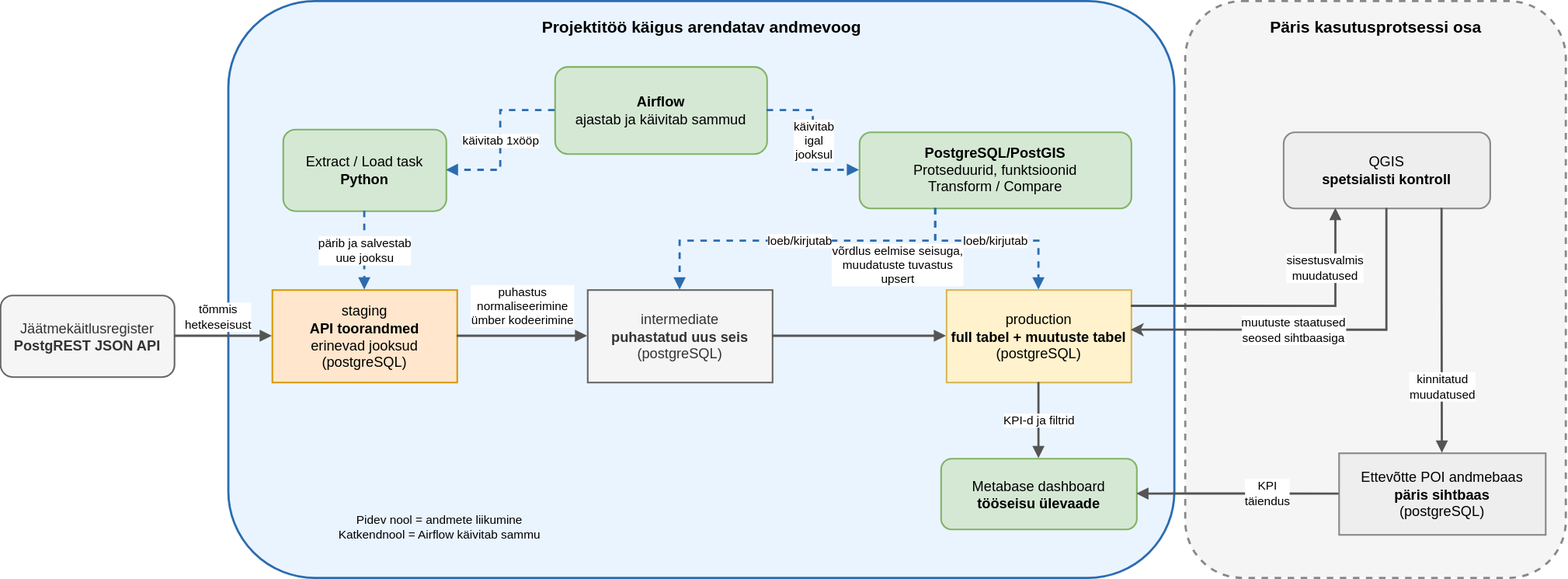
6ie/andmeinseneeria-projektitoo-2026 keeps this draw.io diagram as docs/arhitektuuriskeem.drawio.svg. Above is the earlier version. Source tidied: cells renumbered, new cells last; positions are measured from the earlier drawing's top-left corner, leaving out a move shared by most shapes. Source of this version:
```xml
<mxGraphModel>
  <root>
    <mxCell id="0" />
    <mxCell id="1" parent="0" />
    <mxCell id="2" value="Projektitöö käigus arendatav andmevoog" style="rounded=1;whiteSpace=wrap;html=1;fillColor=#eaf4ff;strokeColor=#2b6cb0;strokeWidth=2;fontSize=15;fontStyle=1;verticalAlign=top;spacingTop=8;" parent="1" vertex="1">
      <mxGeometry x="210" width="870" height="530" as="geometry" />
    </mxCell>
    <mxCell id="3" value="Päris kasutusprotsessi osa" style="rounded=1;whiteSpace=wrap;html=1;fillColor=#f5f5f5;strokeColor=#888888;strokeWidth=2;dashed=1;fontSize=15;fontStyle=1;verticalAlign=top;spacingTop=8;" parent="1" vertex="1">
      <mxGeometry x="1090" width="350" height="530" as="geometry" />
    </mxCell>
    <mxCell id="4" value="Airflow&lt;br&gt;&lt;span style=&quot;font-weight: normal;&quot;&gt;ajastab ja käivitab sammud&lt;/span&gt;" style="rounded=1;whiteSpace=wrap;html=1;fontSize=13;strokeWidth=1.5;fillColor=#d5e8d4;strokeColor=#82b366;fontStyle=1;" parent="1" vertex="1">
      <mxGeometry x="510" y="60" width="195" height="80" as="geometry" />
    </mxCell>
    <mxCell id="5" value="Jäätmekäitlusregister&lt;br&gt;&lt;b&gt;PostgREST JSON API&lt;/b&gt;" style="rounded=1;whiteSpace=wrap;html=1;fontSize=13;strokeWidth=1.5;fillColor=#f5f5f5;strokeColor=#666666;fontColor=#333333;" parent="1" vertex="1">
      <mxGeometry y="270" width="160" height="75" as="geometry" />
    </mxCell>
    <mxCell id="6" value="Extract / Load task&lt;br&gt;&lt;b&gt;Python&lt;/b&gt;" style="rounded=1;whiteSpace=wrap;html=1;fontSize=13;strokeWidth=1.5;fillColor=#d5e8d4;strokeColor=#82b366;" parent="1" vertex="1">
      <mxGeometry x="260" y="117.5" width="150" height="75" as="geometry" />
    </mxCell>
    <mxCell id="7" value="staging&lt;br&gt;&lt;b&gt;API toorandmed&lt;/b&gt;&lt;br&gt;erinevad jooksud&lt;div&gt;(postgreSQL)&lt;/div&gt;" style="shape=cylinder3d;whiteSpace=wrap;boundedLbl=1;backgroundOutline=1;size=15;html=1;fontSize=13;strokeWidth=1.5;fillColor=#ffe6cc;strokeColor=#d79b00;" parent="1" vertex="1">
      <mxGeometry x="250" y="265" width="170" height="85" as="geometry" />
    </mxCell>
    <mxCell id="8" value="intermediate&lt;br&gt;&lt;b&gt;puhastatud uus seis&lt;/b&gt;&lt;div&gt;(postgreSQL)&lt;/div&gt;" style="shape=cylinder3d;whiteSpace=wrap;boundedLbl=1;backgroundOutline=1;size=15;html=1;fontSize=13;strokeWidth=1.5;fillColor=#f5f5f5;strokeColor=#666666;fontColor=#333333;" parent="1" vertex="1">
      <mxGeometry x="540" y="265" width="170" height="85" as="geometry" />
    </mxCell>
    <mxCell id="9" value="production&lt;br&gt;&lt;b&gt;full tabel + muutuste tabel&lt;/b&gt;&lt;div&gt;(postgreSQL)&lt;b&gt;&lt;/b&gt;&lt;/div&gt;" style="shape=cylinder3d;whiteSpace=wrap;boundedLbl=1;backgroundOutline=1;size=15;html=1;fontSize=13;strokeWidth=1.5;fillColor=#fff2cc;strokeColor=#d6b656;" parent="1" vertex="1">
      <mxGeometry x="870" y="265" width="170" height="85" as="geometry" />
    </mxCell>
    <mxCell id="10" value="&lt;b&gt;PostgreSQL/PostGIS&lt;/b&gt;&lt;div&gt;Protseduurid, funktsioonid&lt;/div&gt;&lt;div&gt;Transform / Compare&lt;br&gt;&lt;/div&gt;" style="rounded=1;whiteSpace=wrap;html=1;fontSize=13;strokeWidth=1.5;fillColor=#d5e8d4;strokeColor=#82b366;" parent="1" vertex="1">
      <mxGeometry x="790" y="120" width="250" height="70" as="geometry" />
    </mxCell>
    <mxCell id="11" value="Metabase dashboard&lt;br&gt;&lt;b&gt;tööseisu ülevaade&lt;/b&gt;" style="rounded=1;whiteSpace=wrap;html=1;fontSize=13;strokeWidth=1.5;fillColor=#d5e8d4;strokeColor=#82b366;" parent="1" vertex="1">
      <mxGeometry x="865" y="420" width="180" height="65" as="geometry" />
    </mxCell>
    <mxCell id="12" value="QGIS&lt;br&gt;&lt;b&gt;spetsialisti kontroll&lt;/b&gt;" style="rounded=1;whiteSpace=wrap;html=1;fontSize=13;strokeWidth=1.5;fillColor=#eeeeee;strokeColor=#888888;" parent="1" vertex="1">
      <mxGeometry x="1180" y="120" width="190" height="70" as="geometry" />
    </mxCell>
    <mxCell id="13" value="Ettevõtte POI andmebaas&lt;br&gt;&lt;b&gt;päris sihtbaas&lt;/b&gt;&lt;div&gt;(postgreSQL)&lt;b&gt;&lt;/b&gt;&lt;/div&gt;" style="shape=cylinder3d;whiteSpace=wrap;boundedLbl=1;backgroundOutline=1;size=15;html=1;fontSize=13;strokeWidth=1.5;fillColor=#eeeeee;strokeColor=#888888;" parent="1" vertex="1">
      <mxGeometry x="1231" y="415" width="190" height="75" as="geometry" />
    </mxCell>
    <mxCell id="14" value="Pidev nool = andmete liikumine&lt;br&gt;Katkendnool = Airflow käivitab sammu" style="rounded=0;whiteSpace=wrap;html=1;fontSize=11;strokeColor=none;fillColor=none;" parent="1" vertex="1">
      <mxGeometry x="244" y="460" width="320" height="45" as="geometry" />
    </mxCell>
    <mxCell id="15" value="tõmmis&lt;div&gt;hetkeseisust&lt;/div&gt;" style="endArrow=block;html=1;rounded=0;strokeWidth=2;fontSize=11;edgeStyle=orthogonalEdgeStyle;jettySize=auto;strokeColor=#555555;entryX=0;entryY=0.5;entryDx=0;entryDy=0;" parent="1" edge="1" source="5" target="7">
      <mxGeometry x="-0.11" y="18" relative="1" as="geometry" />
    </mxCell>
    <mxCell id="16" value="pärib ja salvestab&lt;div&gt;uue jooksu&lt;/div&gt;" style="endArrow=block;html=1;rounded=0;strokeWidth=2;fontSize=11;edgeStyle=orthogonalEdgeStyle;jettySize=auto;strokeColor=#2b6cb0;dashed=1;align=center;verticalAlign=middle;fontFamily=Helvetica;fontColor=default;labelBackgroundColor=default;" parent="1" edge="1" source="6" target="7">
      <mxGeometry relative="1" as="geometry" />
    </mxCell>
    <mxCell id="17" value="puhastus&lt;div&gt;normaliseerimine&lt;/div&gt;&lt;div&gt;ümber kodeerimine&lt;/div&gt;" style="endArrow=block;html=1;rounded=0;strokeWidth=2;fontSize=11;edgeStyle=orthogonalEdgeStyle;jettySize=auto;strokeColor=#555555;" parent="1" edge="1" source="7" target="8">
      <mxGeometry y="28" relative="1" as="geometry" />
    </mxCell>
    <mxCell id="18" value="võrdlus eelmise seisuga,&lt;br&gt;muudatuste tuvastus&lt;div&gt;upsert&lt;/div&gt;" style="endArrow=block;html=1;rounded=0;strokeWidth=2;fontSize=11;edgeStyle=orthogonalEdgeStyle;jettySize=auto;strokeColor=#555555;exitX=1;exitY=0.5;exitDx=0;exitDy=0;" parent="1" edge="1" source="8" target="9">
      <mxGeometry x="0.03" y="33" relative="1" as="geometry">
        <mxPoint x="33" y="-33" as="offset" />
      </mxGeometry>
    </mxCell>
    <mxCell id="19" value="KPI-d ja filtrid" style="endArrow=block;html=1;rounded=0;strokeWidth=2;fontSize=11;edgeStyle=orthogonalEdgeStyle;jettySize=auto;strokeColor=#555555;" parent="1" edge="1" source="9" target="11">
      <mxGeometry relative="1" as="geometry" />
    </mxCell>
    <mxCell id="20" value="käivitab 1xööp" style="endArrow=block;html=1;rounded=0;strokeWidth=2;fontSize=11;edgeStyle=orthogonalEdgeStyle;jettySize=auto;strokeColor=#2b6cb0;dashed=1;" parent="1" edge="1" source="4" target="6">
      <mxGeometry relative="1" as="geometry" />
    </mxCell>
    <mxCell id="21" value="käivitab&lt;div&gt;igal&lt;/div&gt;&lt;div&gt;jooksul&lt;/div&gt;" style="endArrow=block;html=1;rounded=0;strokeWidth=2;fontSize=11;edgeStyle=orthogonalEdgeStyle;jettySize=auto;strokeColor=#2b6cb0;dashed=1;" parent="1" edge="1" source="4" target="10">
      <mxGeometry relative="1" as="geometry" />
    </mxCell>
    <mxCell id="22" value="loeb/kirjutab" style="endArrow=block;html=1;rounded=0;strokeWidth=2;fontSize=11;edgeStyle=orthogonalEdgeStyle;jettySize=auto;strokeColor=#2b6cb0;dashed=1;" parent="1" edge="1" source="10" target="8">
      <mxGeometry relative="1" as="geometry">
        <Array as="points">
          <mxPoint x="860" y="220" />
          <mxPoint x="625" y="220" />
        </Array>
      </mxGeometry>
    </mxCell>
    <mxCell id="23" value="loeb/kirjutab" style="endArrow=block;html=1;rounded=0;strokeWidth=2;fontSize=11;edgeStyle=orthogonalEdgeStyle;jettySize=auto;strokeColor=#2b6cb0;dashed=1;" parent="1" edge="1" source="10" target="9">
      <mxGeometry relative="1" as="geometry">
        <Array as="points">
          <mxPoint x="860" y="220" />
          <mxPoint x="955" y="220" />
        </Array>
      </mxGeometry>
    </mxCell>
    <mxCell id="24" value="sisestusvalmis&lt;div&gt;muudatused&lt;/div&gt;" style="endArrow=block;html=1;rounded=0;strokeWidth=2;fontSize=11;edgeStyle=orthogonalEdgeStyle;jettySize=auto;strokeColor=#555555;entryX=0.25;entryY=1;entryDx=0;entryDy=0;" parent="1" edge="1" target="12">
      <mxGeometry x="0.6" y="10" relative="1" as="geometry">
        <mxPoint x="1040" y="280" as="sourcePoint" />
        <Array as="points">
          <mxPoint x="1040" y="280" />
          <mxPoint x="1228" y="280" />
          <mxPoint x="1228" y="190" />
        </Array>
      </mxGeometry>
    </mxCell>
    <mxCell id="25" value="kinnitatud&lt;div&gt;muudatused&lt;/div&gt;" style="endArrow=block;html=1;rounded=0;strokeWidth=2;fontSize=11;edgeStyle=orthogonalEdgeStyle;jettySize=auto;strokeColor=#555555;exitX=0.767;exitY=0.997;exitDx=0;exitDy=0;entryX=0.5;entryY=0;entryDx=0;entryDy=0;exitPerimeter=0;" parent="1" edge="1" source="12" target="13">
      <mxGeometry x="0.46" relative="1" as="geometry">
        <Array as="points">
          <mxPoint x="1326" y="260" />
          <mxPoint x="1326" y="260" />
        </Array>
      </mxGeometry>
    </mxCell>
    <mxCell id="26" value="KPI&lt;div&gt;täiendus&lt;/div&gt;" style="endArrow=block;html=1;rounded=0;strokeWidth=2;fontSize=11;edgeStyle=orthogonalEdgeStyle;jettySize=auto;strokeColor=#555555;exitX=0;exitY=0.5;exitDx=0;exitDy=0;entryX=1;entryY=0.5;entryDx=0;entryDy=0;" parent="1" edge="1" source="13" target="11">
      <mxGeometry x="-0.29" relative="1" as="geometry">
        <Array as="points">
          <mxPoint x="1140" y="453" />
          <mxPoint x="1110" y="453" />
        </Array>
      </mxGeometry>
    </mxCell>
    <mxCell id="27" value="muutuste staatused&lt;div&gt;seosed sihtbaasiga&lt;/div&gt;" style="endArrow=none;html=1;rounded=0;strokeWidth=2;fontSize=11;edgeStyle=orthogonalEdgeStyle;jettySize=auto;strokeColor=#555555;entryX=0.5;entryY=1;entryDx=0;entryDy=0;exitX=0.998;exitY=0.434;exitDx=0;exitDy=0;endFill=0;startArrow=classic;startFill=1;exitPerimeter=0;" parent="1" edge="1" source="9" target="12">
      <mxGeometry x="-0.14" relative="1" as="geometry">
        <Array as="points">
          <mxPoint x="1275" y="302" />
        </Array>
      </mxGeometry>
    </mxCell>
  </root>
</mxGraphModel>
```
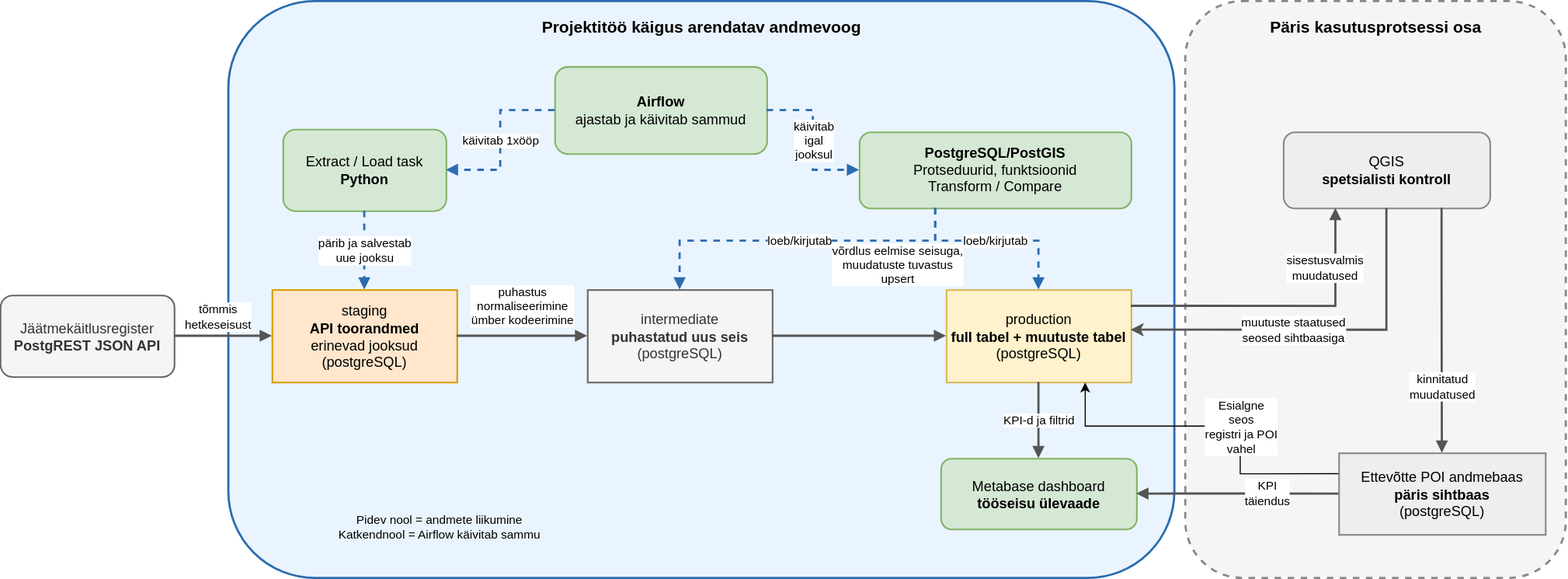
After the commit.

Commit message:
täiendused andmevoo osas

Diff of the diagram source:
```diff
@@ -35,6 +35,20 @@
     <mxCell id="12" value="QGIS&lt;br&gt;&lt;b&gt;spetsialisti kontroll&lt;/b&gt;" style="rounded=1;whiteSpace=wrap;html=1;fontSize=13;strokeWidth=1.5;fillColor=#eeeeee;strokeColor=#888888;" parent="1" vertex="1">
       <mxGeometry x="1180" y="120" width="190" height="70" as="geometry" />
     </mxCell>
+    <mxCell id="28" style="edgeStyle=orthogonalEdgeStyle;rounded=0;jettySize=auto;html=1;exitX=0;exitY=0.25;exitDx=0;exitDy=0;entryX=0.75;entryY=1;entryDx=0;entryDy=0;" parent="1" edge="1" source="13" target="9">
+      <mxGeometry relative="1" as="geometry">
+        <Array as="points">
+          <mxPoint x="1140" y="434" />
+          <mxPoint x="1140" y="390" />
+          <mxPoint x="998" y="390" />
+        </Array>
+      </mxGeometry>
+    </mxCell>
+    <mxCell id="29" value="Esialgne&lt;div&gt;seos&lt;/div&gt;&lt;div&gt;registri ja POI&lt;/div&gt;&lt;div&gt;vahel&lt;/div&gt;" style="edgeLabel;html=1;align=center;verticalAlign=middle;" parent="28" vertex="1">
+      <mxGeometry x="-0.06" relative="1" as="geometry">
+        <mxPoint x="15" as="offset" />
+      </mxGeometry>
+    </mxCell>
     <mxCell id="13" value="Ettevõtte POI andmebaas&lt;br&gt;&lt;b&gt;päris sihtbaas&lt;/b&gt;&lt;div&gt;(postgreSQL)&lt;b&gt;&lt;/b&gt;&lt;/div&gt;" style="shape=cylinder3d;whiteSpace=wrap;boundedLbl=1;backgroundOutline=1;size=15;html=1;fontSize=13;strokeWidth=1.5;fillColor=#eeeeee;strokeColor=#888888;" parent="1" vertex="1">
       <mxGeometry x="1231" y="415" width="190" height="75" as="geometry" />
     </mxCell>
```
